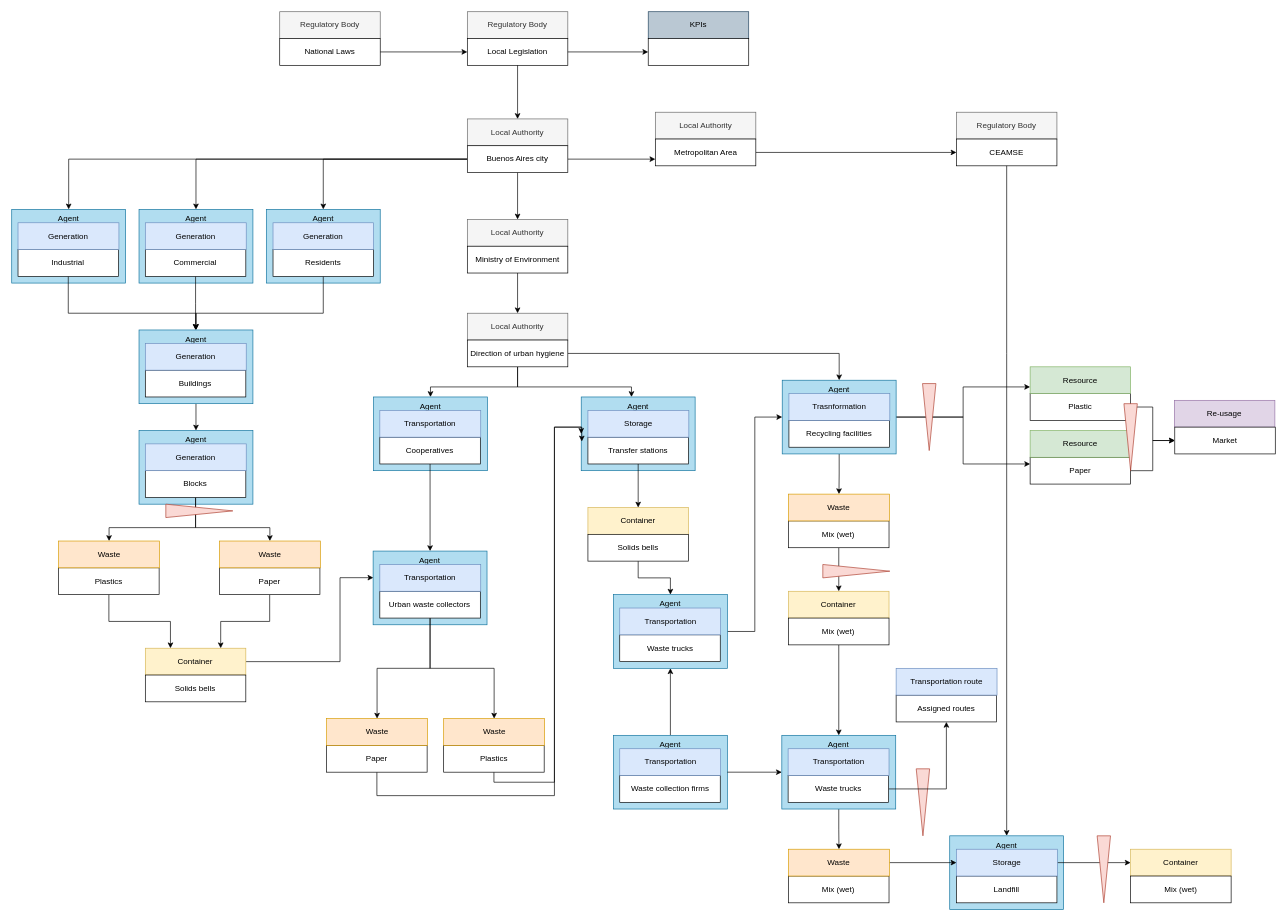
Above: CaseStudies/00_BuenosAires/Bubbles_BA.drawio in Urban-JonathanCohen/GeneralWasteDataModel (draw.io), before the change. Source tidied: cells renumbered, new cells numbered last; positions are measured from the earlier drawing's top-left corner, leaving out a move shared by most shapes. Both pictures are drawn from the tidied source at 67%, with x=0, y=0 at pixel (11, 11).
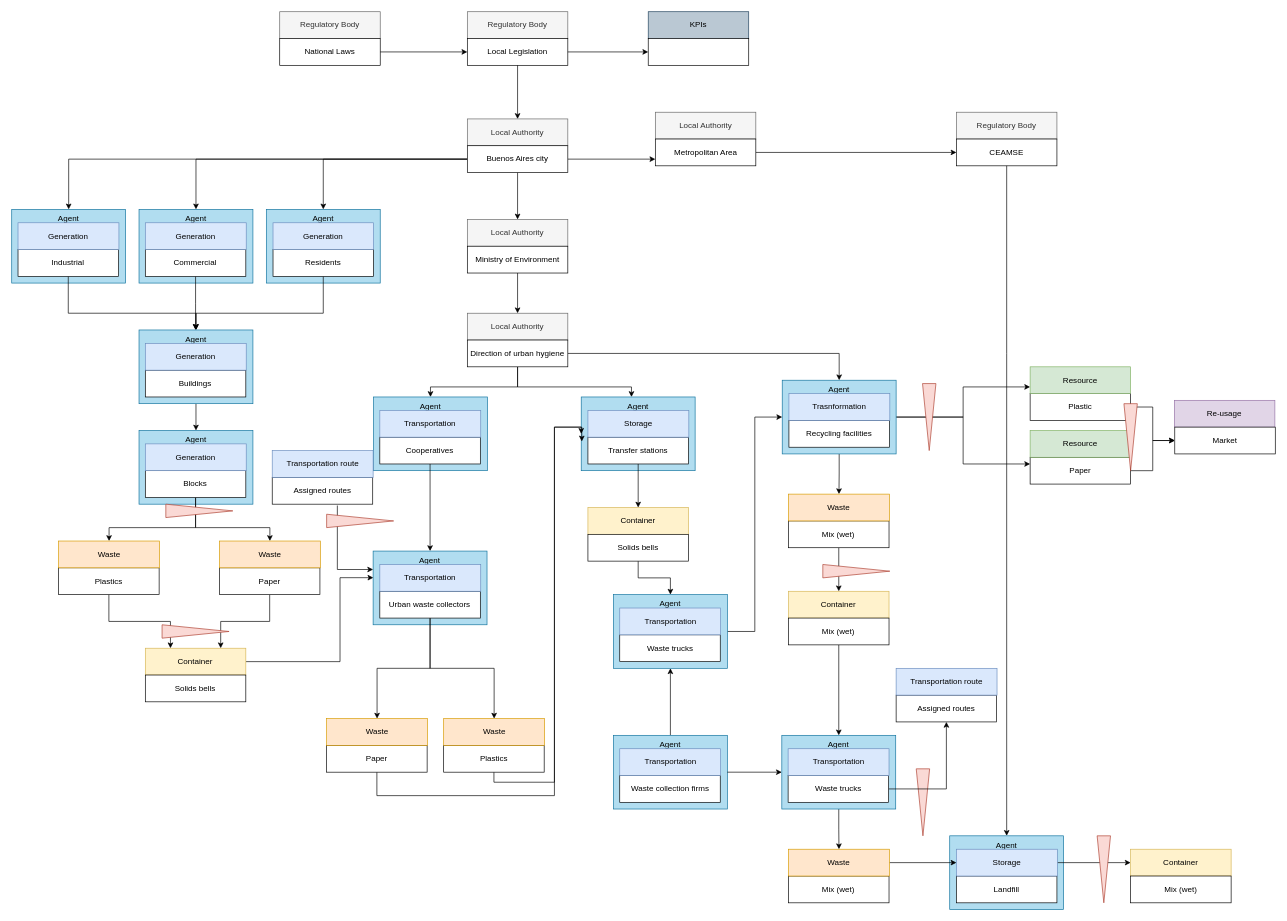
The same diagram, later.

Unchanged cells that the change refers to:
```xml
<mxCell id="118" value="Agent" style="rounded=0;whiteSpace=wrap;html=1;fillColor=#b1ddf0;strokeColor=#10739e;verticalAlign=top;" parent="1" vertex="1">
  <mxGeometry x="539.4" y="805" width="170" height="110" as="geometry" />
</mxCell>
```

The edit, as a diff of the source:
```diff
@@
+    <mxCell id="138" style="triangle;whiteSpace=wrap;html=1;fillColor=#fad9d5;strokeColor=#ae4132;rotation=0;" parent="1" vertex="1">
+      <mxGeometry x="224.4" y="915" width="100" height="20" as="geometry" />
+    </mxCell>
+    <mxCell id="139" style="edgeStyle=orthogonalEdgeStyle;rounded=0;jettySize=auto;html=1;entryX=0;entryY=0.25;entryDx=0;entryDy=0;" parent="1" edge="1" target="118">
+      <mxGeometry relative="1" as="geometry">
+        <mxPoint x="486" y="737" as="sourcePoint" />
+        <Array as="points">
+          <mxPoint x="486" y="833" />
+        </Array>
+      </mxGeometry>
+    </mxCell>
+    <mxCell id="140" value="Assigned routes" style="rounded=0;whiteSpace=wrap;html=1;" parent="1" vertex="1">
+      <mxGeometry x="388.8" y="695" width="150" height="40" as="geometry" />
+    </mxCell>
+    <mxCell id="141" value="Transportation route" style="rounded=0;whiteSpace=wrap;html=1;fillColor=#dae8fc;strokeColor=#6c8ebf;" parent="1" vertex="1">
+      <mxGeometry x="388.8" y="655" width="150.6" height="40" as="geometry" />
+    </mxCell>
+    <mxCell id="142" style="triangle;whiteSpace=wrap;html=1;fillColor=#fad9d5;strokeColor=#ae4132;rotation=0;" parent="1" vertex="1">
+      <mxGeometry x="470" y="750" width="100" height="20" as="geometry" />
+    </mxCell>
```
